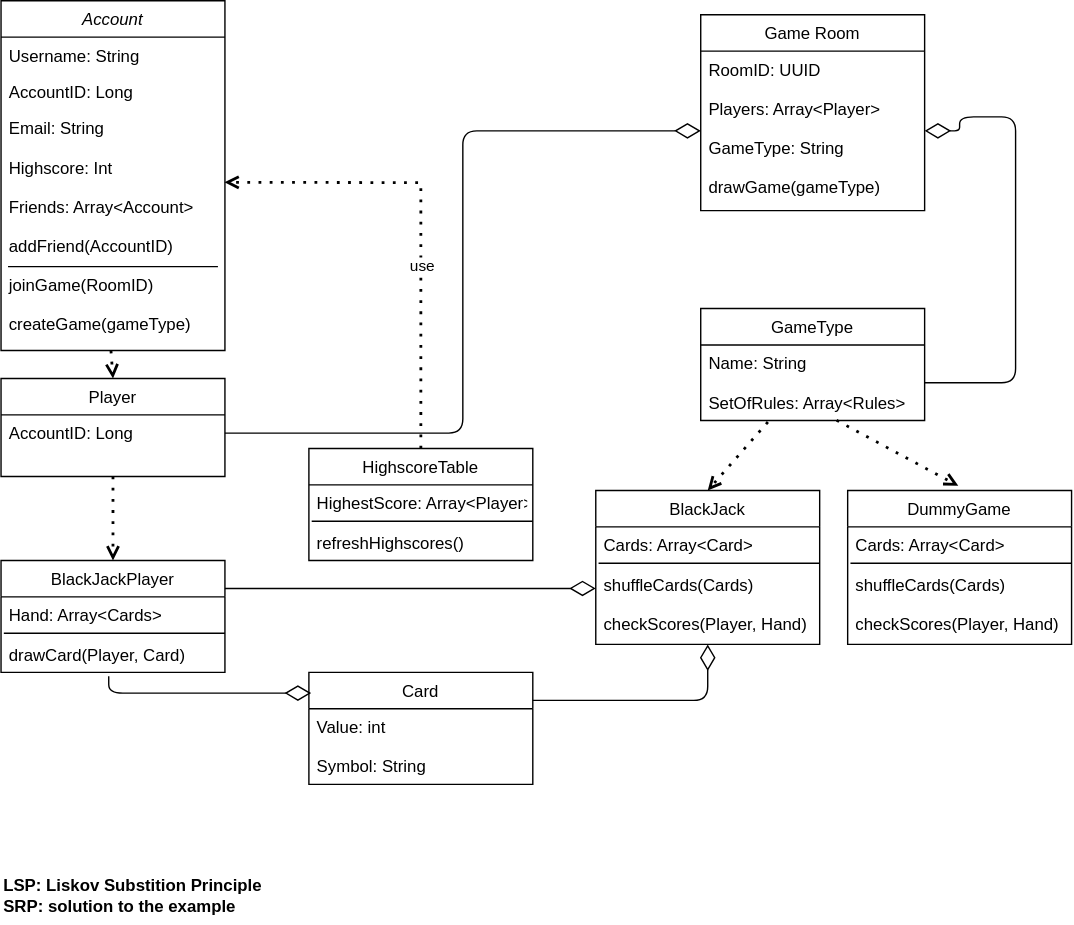
Earlier version of the draw.io export Documentation/CRC.svg (SE-TINF22B6/time2shine). Source tidied: cells renumbered, new cells last; positions are measured from the earlier drawing's top-left corner, leaving out a move shared by most shapes.
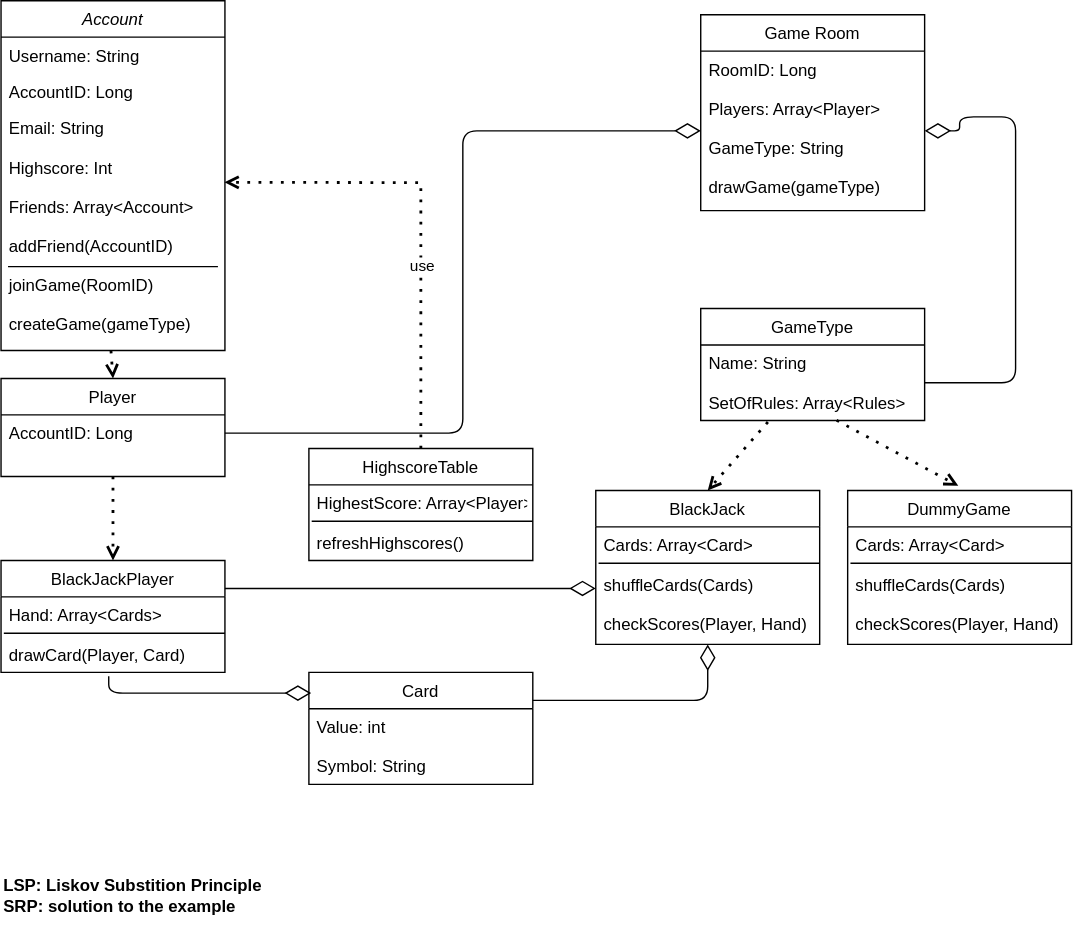
After the change.

Commit message:
Correct CRC

The Id type of GameRoom falsely was UUID, although we intended to use a long int type.

The edit, as a diff of the source:
```diff
@@ -23,7 +23,7 @@
     <mxCell id="7" value="Game Room" style="swimlane;fontStyle=0;align=center;verticalAlign=top;horizontal=1;startSize=26;rounded=0;shadow=0;strokeWidth=1;" parent="1" vertex="1">
       <mxGeometry x="500" y="10" width="160" height="140" as="geometry" />
     </mxCell>
-    <mxCell id="8" value="RoomID: UUID&#10;&#10;Players: Array&lt;Player&gt;&#10;&#10;GameType: String&#10;&#10;drawGame(gameType)&#10;" style="text;align=left;verticalAlign=top;spacingLeft=4;spacingRight=4;overflow=hidden;points=[[0,0.5],[1,0.5]];portConstraint=eastwest;" parent="7" vertex="1">
+    <mxCell id="8" value="RoomID: Long&#10;&#10;Players: Array&lt;Player&gt;&#10;&#10;GameType: String&#10;&#10;drawGame(gameType)&#10;" style="text;align=left;verticalAlign=top;spacingLeft=4;spacingRight=4;overflow=hidden;points=[[0,0.5],[1,0.5]];portConstraint=eastwest;" parent="7" vertex="1">
       <mxGeometry y="26" width="160" height="114" as="geometry" />
     </mxCell>
     <mxCell id="9" value="Player" style="swimlane;fontStyle=0;align=center;verticalAlign=top;horizontal=1;startSize=26;rounded=0;shadow=0;strokeWidth=1;" parent="1" vertex="1">
```
